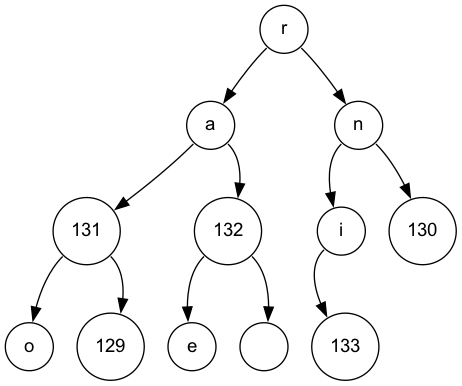
Earlier version of the Graphviz export fichiers_viz/minimier_etape_6.png (Procuste34/codage_huffman_c). Its source is kept beside it as fichiers_viz/minimier_etape_6.dot. The source it was exported from:
```dot
digraph POT_test {
node [fontname="Arial", shape="circle", width=0.5];
114 [label = "r"]
114:sw -> 97
114:se -> 110
97 [label = "a"]
97:sw -> 131
97:se -> 132
131 [label = "131"]
131:sw -> 111
131:se -> 129
111 [label = "o"]
129 [label = "129"]
132 [label = "132"]
132:sw -> 101
132:se -> 32
101 [label = "e"]
32 [label = " "]
110 [label = "n"]
110:sw -> 105
110:se -> 130
105 [label = "i"]
105:sw -> 133
133 [label = "133"]
130 [label = "130"]
}
```
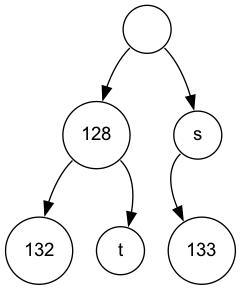
The same file after the commit.

Diff of the diagram source:
```diff
@@ -1,26 +1,14 @@
 digraph POT_test {
 node [fontname="Arial", shape="circle", width=0.5];
-114 [label = "r"]
-114:sw -> 97
-114:se -> 110
-97 [label = "a"]
-97:sw -> 131
-97:se -> 132
-131 [label = "131"]
-131:sw -> 111
-131:se -> 129
-111 [label = "o"]
-129 [label = "129"]
+32 [label = " "]
+32:sw -> 128
+32:se -> 115
+128 [label = "128"]
+128:sw -> 132
+128:se -> 116
 132 [label = "132"]
-132:sw -> 101
-132:se -> 32
-101 [label = "e"]
-32 [label = " "]
-110 [label = "n"]
-110:sw -> 105
-110:se -> 130
-105 [label = "i"]
-105:sw -> 133
+116 [label = "t"]
+115 [label = "s"]
+115:sw -> 133
 133 [label = "133"]
-130 [label = "130"]
 }
```
